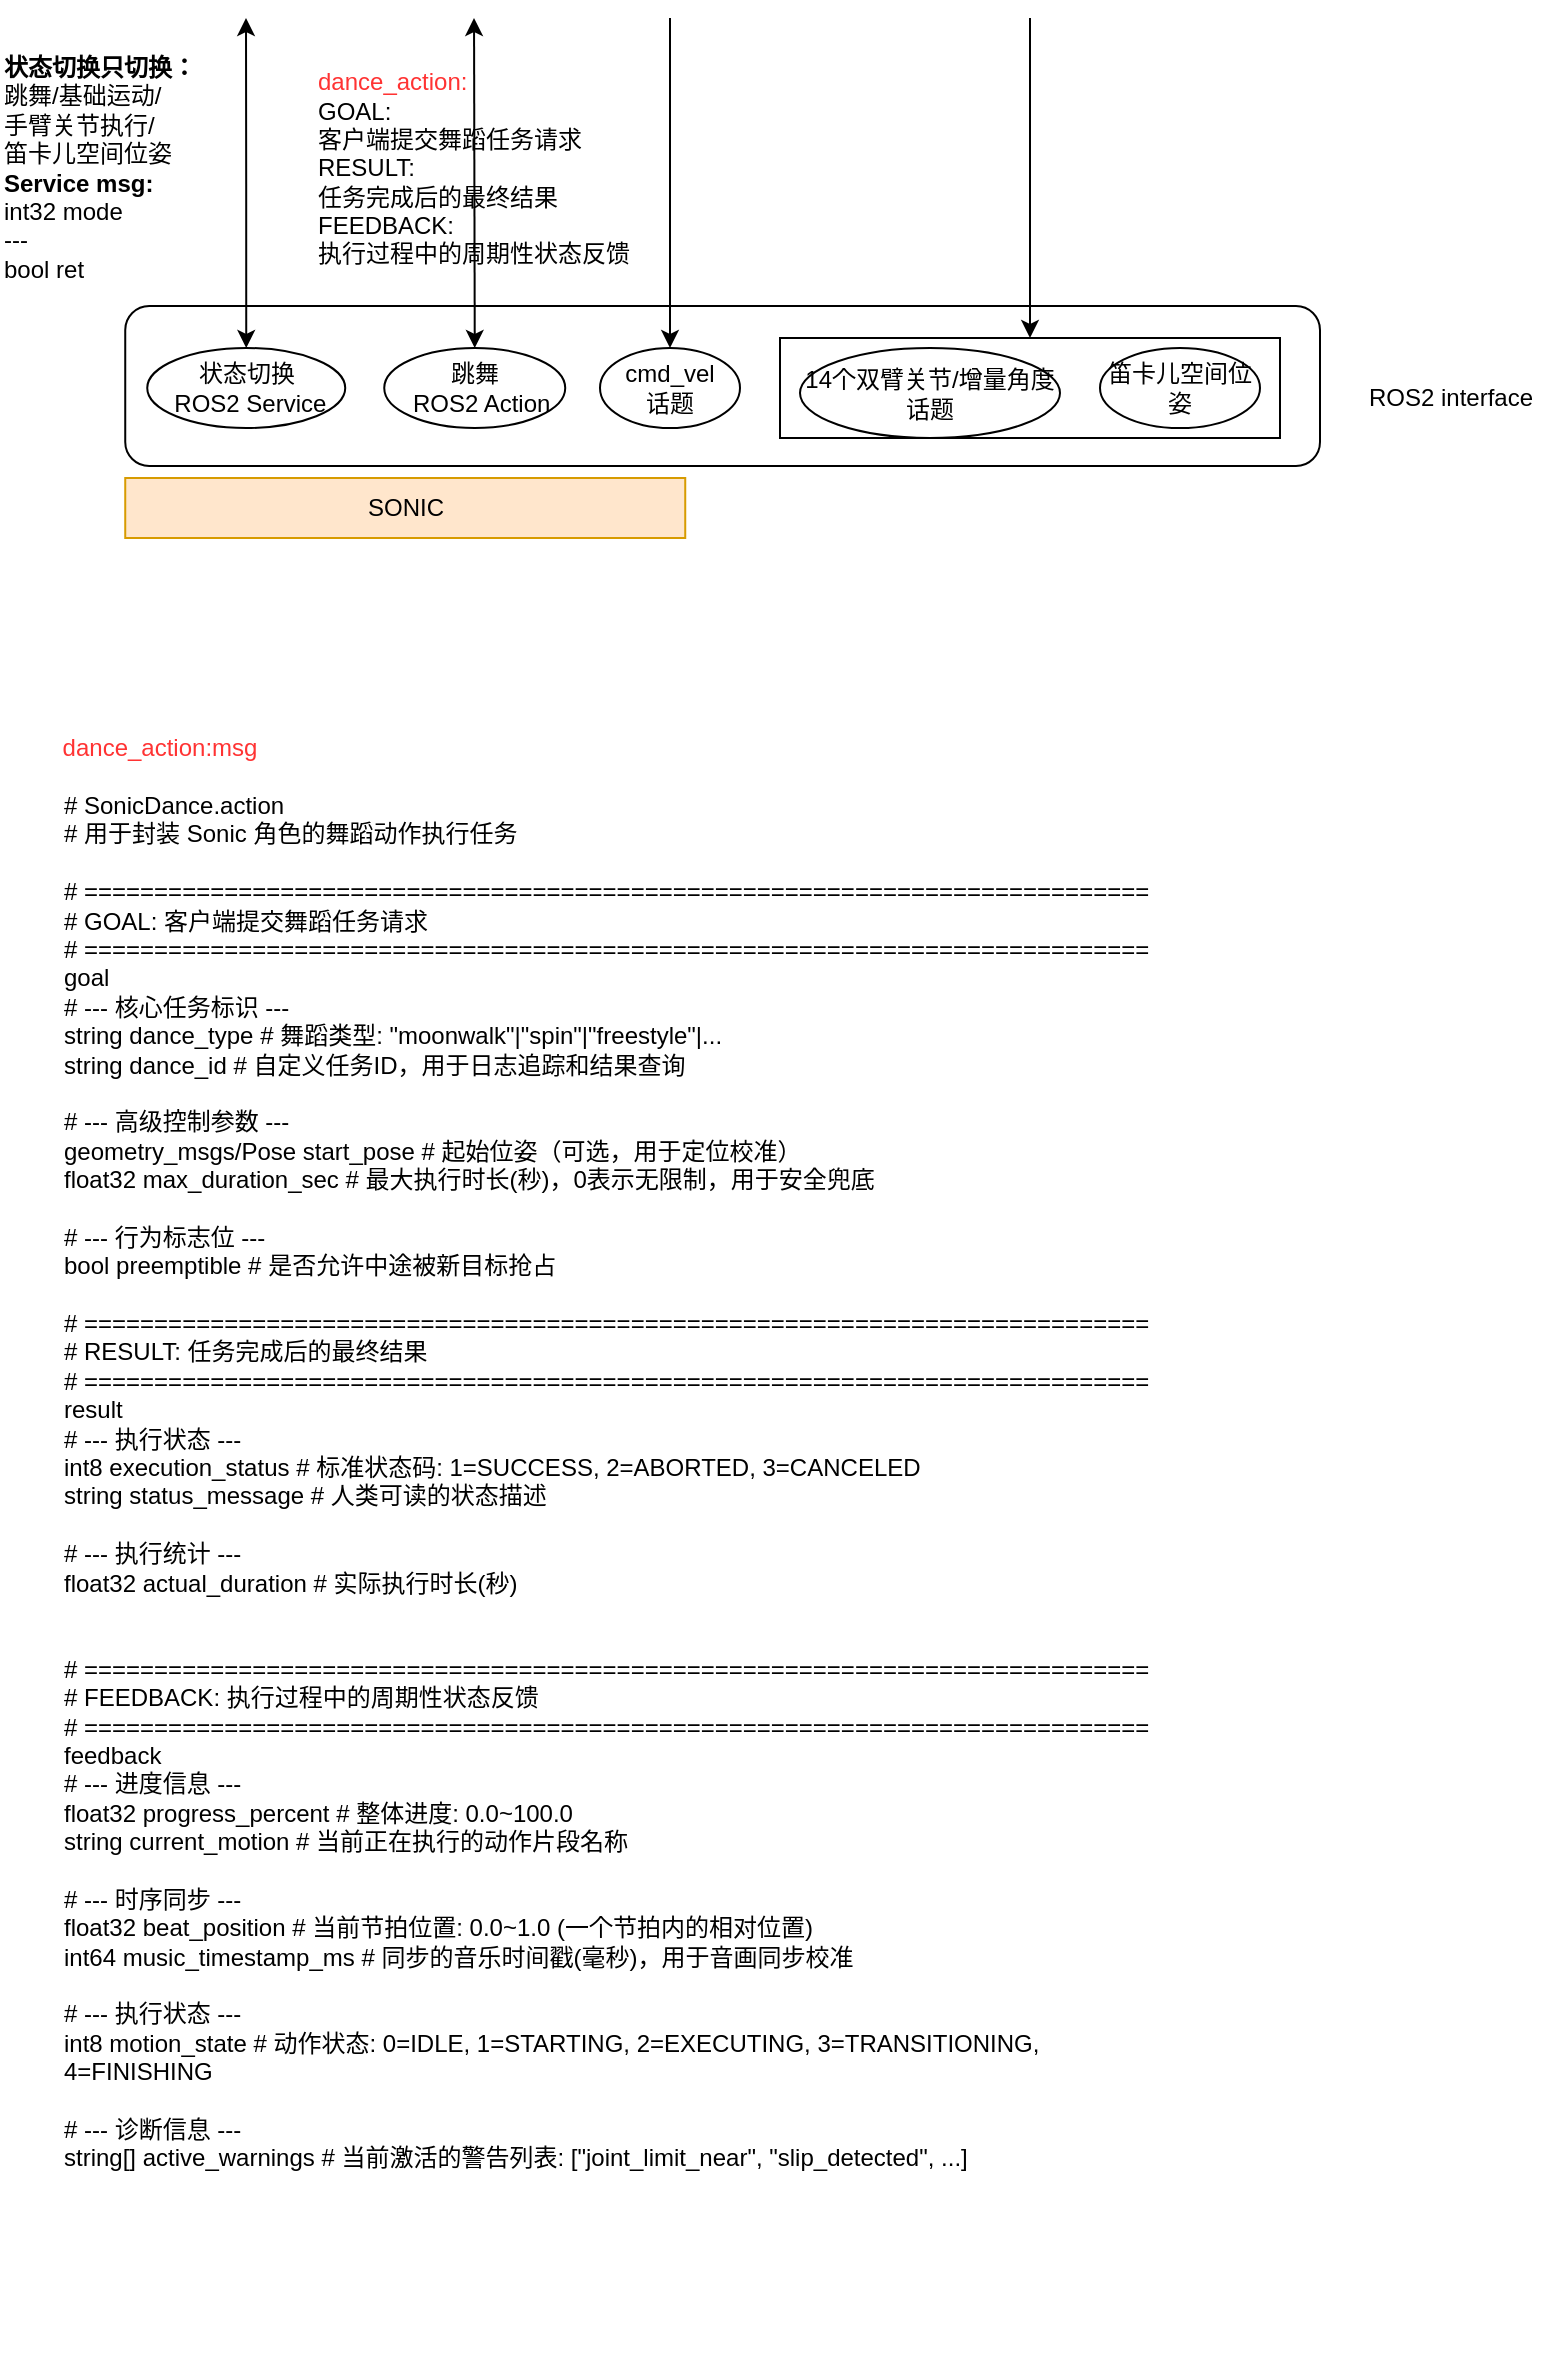
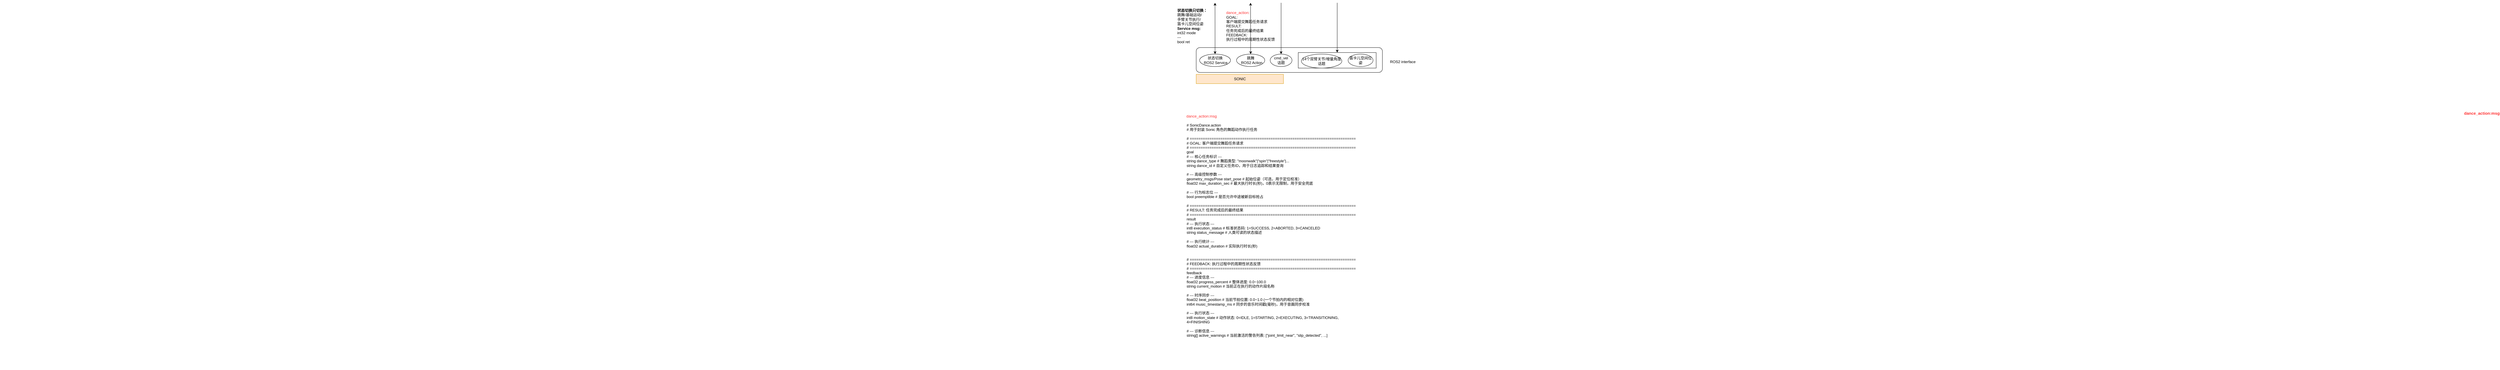
<mxfile host="app.diagrams.net">
  <diagram name="第 1 页" id="DzcLTyVgVoUWEzhdv1gV">
-     <mxGraphModel dx="975" dy="528" grid="1" gridSize="10" guides="1" tooltips="1" connect="1" arrows="1" fold="1" page="1" pageScale="1" pageWidth="1654" pageHeight="1169" math="0" shadow="0">
+     <mxGraphModel dx="4283" dy="528" grid="1" gridSize="10" guides="1" tooltips="1" connect="1" arrows="1" fold="1" page="1" pageScale="1" pageWidth="1654" pageHeight="1169" math="0" shadow="0">
      <root>
        <mxCell id="0" />
        <mxCell id="1" parent="0" />
        <mxCell id="3TUa6k41WnPCvsEETGqd-1" parent="1" style="rounded=0;whiteSpace=wrap;html=1;fillColor=#ffe6cc;strokeColor=#d79b00;" value="SONIC" vertex="1">
          <mxGeometry height="30" width="280" x="552.62" y="310" as="geometry" />
        </mxCell>
        <mxCell id="3TUa6k41WnPCvsEETGqd-2" parent="1" style="rounded=1;whiteSpace=wrap;html=1;" value="" vertex="1">
          <mxGeometry height="80" width="597.38" x="552.62" y="224" as="geometry" />
        </mxCell>
        <mxCell id="3TUa6k41WnPCvsEETGqd-3" parent="1" style="text;html=1;align=center;verticalAlign=middle;resizable=0;points=[];autosize=1;strokeColor=none;fillColor=none;" value="ROS2 interface" vertex="1">
          <mxGeometry height="30" width="110" x="1160" y="255" as="geometry" />
        </mxCell>
        <mxCell id="3TUa6k41WnPCvsEETGqd-4" edge="1" parent="1" source="3TUa6k41WnPCvsEETGqd-5" style="edgeStyle=orthogonalEdgeStyle;rounded=0;orthogonalLoop=1;jettySize=auto;html=1;exitX=0.5;exitY=0;exitDx=0;exitDy=0;startArrow=classic;startFill=1;">
          <mxGeometry relative="1" as="geometry">
            <mxPoint x="613" y="80" as="targetPoint" />
          </mxGeometry>
        </mxCell>
        <mxCell id="3TUa6k41WnPCvsEETGqd-5" parent="1" style="ellipse;whiteSpace=wrap;html=1;" value="状态切换&lt;br&gt;&amp;nbsp;ROS2 Service" vertex="1">
          <mxGeometry height="40" width="99" x="563.62" y="245" as="geometry" />
        </mxCell>
        <mxCell id="3TUa6k41WnPCvsEETGqd-6" edge="1" parent="1" source="3TUa6k41WnPCvsEETGqd-7" style="edgeStyle=orthogonalEdgeStyle;curved=1;rounded=0;orthogonalLoop=1;jettySize=auto;html=1;exitX=0.5;exitY=0;exitDx=0;exitDy=0;startArrow=classic;startFill=1;">
          <mxGeometry relative="1" as="geometry">
            <mxPoint x="727" y="80" as="targetPoint" />
          </mxGeometry>
        </mxCell>
        <mxCell id="3TUa6k41WnPCvsEETGqd-7" parent="1" style="ellipse;whiteSpace=wrap;html=1;" value="跳舞&lt;br&gt;&amp;nbsp; ROS2 Action" vertex="1">
          <mxGeometry height="40" width="90.5" x="682.12" y="245" as="geometry" />
        </mxCell>
        <mxCell id="3TUa6k41WnPCvsEETGqd-8" parent="1" style="text;html=1;align=left;verticalAlign=middle;resizable=0;points=[];autosize=1;strokeColor=none;fillColor=none;" value="&lt;font&gt;&lt;font style=&quot;color: rgb(0, 0, 0);&quot;&gt;&lt;b&gt;状态切换只切换：&lt;/b&gt;&lt;/font&gt;&lt;br&gt;&lt;font style=&quot;color: rgb(0, 0, 0);&quot;&gt;跳舞/基础运动/&lt;br&gt;手臂关节执行/&lt;br&gt;笛卡儿空间位姿&lt;/font&gt;&lt;br&gt;&lt;font style=&quot;color: rgb(0, 0, 0);&quot;&gt;&lt;b&gt;Service msg:&lt;/b&gt;&lt;/font&gt;&lt;/font&gt;&lt;br&gt;int32 mode&lt;div&gt;---&lt;/div&gt;&lt;div&gt;bool ret&lt;/div&gt;" vertex="1">
          <mxGeometry height="130" width="120" x="490" y="90" as="geometry" />
        </mxCell>
        <mxCell id="qzNTs-UY0wei0addMZY_-1" parent="1" style="text;html=1;whiteSpace=wrap;strokeColor=none;fillColor=none;align=left;verticalAlign=middle;rounded=0;" value="&lt;font style=&quot;color: rgb(255, 51, 51);&quot;&gt;&lt;span style=&quot;font-family: monospace; font-size: 0px; text-wrap: nowrap; color: rgba(0, 0, 0, 0);&quot;&gt;%3CmxGraphModel%3E%3Croot%3E%3CmxCell%20id%3D%220%22%2F%3E%3CmxCell%20id%3D%221%22%20parent%3D%220%22%2F%3E%3CmxCell%20id%3D%222%22%20parent%3D%221%22%20style%3D%22text%3Bhtml%3D1%3BwhiteSpace%3Dwrap%3BstrokeColor%3Dnone%3BfillColor%3Dnone%3Balign%3Dcenter%3BverticalAlign%3Dmiddle%3Brounded%3D0%3B%22%20value%3D%22Text%22%20vertex%3D%221%22%3E%3CmxGeometry%20height%3D%2230%22%20width%3D%2260%22%20x%3D%22510%22%20y%3D%22400%22%20as%3D%22geometry%22%2F%3E%3C%2FmxCell%3E%3C%2Froot%3E%3C%2FmxGraphModel%3E%3CmxGraphModel%3E%3Croot%3E%3CmxCell%20id%3D%220%22%2F%3E%3CmxCell%20id%3D%221%22%20parent%3D%220%22%2F%3E%3CmxCell%20id%3D%222%22%20parent%3D%221%22%20style%3D%22text%3Bhtml%3D1%3BwhiteSpace%3Dwrap%3BstrokeColor%3Dnone%3BfillColor%3Dnone%3Balign%3Dcenter%3BverticalAlign%3Dmiddle%3Brounded%3D0%3B%22%20value%3D%22Text%22%20vertex%3D%221%22%3E%3CmxGeometry%20height%3D%2230%22%20width%3D%2260%22%20x%3D%22510%22%20y%3D%22400%22%20as%3D%22geometry%22%2F%3E%3C%2FmxCell%3E%3C%2Froot%3E%3C%2FmxGraphModel%3E&lt;/span&gt;dance_action:&lt;/font&gt;&lt;br&gt;GOAL: &lt;br&gt;客户端提交舞蹈任务请求&lt;br&gt;RESULT: &lt;br&gt;任务完成后的最终结果&lt;br&gt;FEEDBACK: &lt;br&gt;执行过程中的周期性状态反馈" vertex="1">
          <mxGeometry height="70" width="160" x="647.37" y="120" as="geometry" />
        </mxCell>
        <UserObject label="# SonicDance.action&#xa;# 用于封装 Sonic 角色的舞蹈动作执行任务&#xa;&#xa;# ============================================================================&#xa;# GOAL: 客户端提交舞蹈任务请求&#xa;# ============================================================================&#xa;goal&#xa;  # --- 核心任务标识 ---&#xa;  string dance_type           # 舞蹈类型: &quot;moonwalk&quot;|&quot;spin&quot;|&quot;freestyle&quot;|...&#xa;  string dance_id             # 自定义任务ID，用于日志追踪和结果查询&#xa;    &#xa;  # --- 高级控制参数 ---&#xa;  geometry_msgs/Pose start_pose  # 起始位姿（可选，用于定位校准）&#xa;  float32 max_duration_sec    # 最大执行时长(秒)，0表示无限制，用于安全兜底&#xa;  &#xa;  # --- 行为标志位 ---&#xa;  bool preemptible            # 是否允许中途被新目标抢占&#xa;&#xa;# ============================================================================&#xa;# RESULT: 任务完成后的最终结果&#xa;# ============================================================================&#xa;result&#xa;  # --- 执行状态 ---&#xa;  int8 execution_status       # 标准状态码: 1=SUCCESS, 2=ABORTED, 3=CANCELED&#xa;  string status_message       # 人类可读的状态描述&#xa;  &#xa;  # --- 执行统计 ---&#xa;  float32 actual_duration     # 实际执行时长(秒)&#xa;&#xa;&#xa;# ============================================================================&#xa;# FEEDBACK: 执行过程中的周期性状态反馈&#xa;# ============================================================================&#xa;feedback&#xa;  # --- 进度信息 ---&#xa;  float32 progress_percent    # 整体进度: 0.0~100.0&#xa;  string current_motion       # 当前正在执行的动作片段名称&#xa;  &#xa;  # --- 时序同步 ---&#xa;  float32 beat_position       # 当前节拍位置: 0.0~1.0 (一个节拍内的相对位置)&#xa;  int64 music_timestamp_ms    # 同步的音乐时间戳(毫秒)，用于音画同步校准&#xa;  &#xa;  # --- 执行状态 ---&#xa;  int8 motion_state           # 动作状态: 0=IDLE, 1=STARTING, 2=EXECUTING, 3=TRANSITIONING, 4=FINISHING&#xa;  &#xa;  # --- 诊断信息 ---&#xa;  string[] active_warnings    # 当前激活的警告列表: [&quot;joint_limit_near&quot;, &quot;slip_detected&quot;, ...]" link="# SonicDance.action&#xa;# 用于封装 Sonic 角色的舞蹈动作执行任务&#xa;&#xa;# ============================================================================&#xa;# GOAL: 客户端提交舞蹈任务请求&#xa;# ============================================================================&#xa;goal&#xa;  # --- 核心任务标识 ---&#xa;  string dance_type           # 舞蹈类型: &quot;moonwalk&quot;|&quot;spin&quot;|&quot;freestyle&quot;|...&#xa;  string dance_id             # 自定义任务ID，用于日志追踪和结果查询&#xa;    &#xa;  # --- 高级控制参数 ---&#xa;  geometry_msgs/Pose start_pose  # 起始位姿（可选，用于定位校准）&#xa;  float32 max_duration_sec    # 最大执行时长(秒)，0表示无限制，用于安全兜底&#xa;  &#xa;  # --- 行为标志位 ---&#xa;  bool preemptible            # 是否允许中途被新目标抢占&#xa;&#xa;# ============================================================================&#xa;# RESULT: 任务完成后的最终结果&#xa;# ============================================================================&#xa;result&#xa;  # --- 执行状态 ---&#xa;  int8 execution_status       # 标准状态码: 1=SUCCESS, 2=ABORTED, 3=CANCELED&#xa;  string status_message       # 人类可读的状态描述&#xa;  &#xa;  # --- 执行统计 ---&#xa;  float32 actual_duration     # 实际执行时长(秒)&#xa;&#xa;&#xa;# ============================================================================&#xa;# FEEDBACK: 执行过程中的周期性状态反馈&#xa;# ============================================================================&#xa;feedback&#xa;  # --- 进度信息 ---&#xa;  float32 progress_percent    # 整体进度: 0.0~100.0&#xa;  string current_motion       # 当前正在执行的动作片段名称&#xa;  &#xa;  # --- 时序同步 ---&#xa;  float32 beat_position       # 当前节拍位置: 0.0~1.0 (一个节拍内的相对位置)&#xa;  int64 music_timestamp_ms    # 同步的音乐时间戳(毫秒)，用于音画同步校准&#xa;  &#xa;  # --- 执行状态 ---&#xa;  int8 motion_state           # 动作状态: 0=IDLE, 1=STARTING, 2=EXECUTING, 3=TRANSITIONING, 4=FINISHING&#xa;  &#xa;  # --- 诊断信息 ---&#xa;  string[] active_warnings    # 当前激活的警告列表: [&quot;joint_limit_near&quot;, &quot;slip_detected&quot;, ...]" id="qzNTs-UY0wei0addMZY_-2">
          <mxCell parent="1" style="text;whiteSpace=wrap;html=1;" vertex="1">
            <mxGeometry height="800" width="560" x="520" y="460" as="geometry" />
          </mxCell>
        </UserObject>
        <mxCell id="qzNTs-UY0wei0addMZY_-3" parent="1" style="text;html=1;whiteSpace=wrap;strokeColor=none;fillColor=none;align=center;verticalAlign=middle;rounded=0;" value="&lt;span style=&quot;text-align: left; text-wrap: nowrap; font-family: monospace; font-size: 0px; color: rgba(0, 0, 0, 0);&quot;&gt;%3CmxGraphModel%3E%3Croot%3E%3CmxCell%20id%3D%220%22%2F%3E%3CmxCell%20id%3D%221%22%20parent%3D%220%22%2F%3E%3CmxCell%20id%3D%222%22%20parent%3D%221%22%20style%3D%22text%3Bhtml%3D1%3BwhiteSpace%3Dwrap%3BstrokeColor%3Dnone%3BfillColor%3Dnone%3Balign%3Dcenter%3BverticalAlign%3Dmiddle%3Brounded%3D0%3B%22%20value%3D%22Text%22%20vertex%3D%221%22%3E%3CmxGeometry%20height%3D%2230%22%20width%3D%2260%22%20x%3D%22510%22%20y%3D%22400%22%20as%3D%22geometry%22%2F%3E%3C%2FmxCell%3E%3C%2Froot%3E%3C%2FmxGraphModel%3E%3CmxGraphModel%3E%3Croot%3E%3CmxCell%20id%3D%220%22%2F%3E%3CmxCell%20id%3D%221%22%20parent%3D%220%22%2F%3E%3CmxCell%20id%3D%222%22%20parent%3D%221%22%20style%3D%22text%3Bhtml%3D1%3BwhiteSpace%3Dwrap%3BstrokeColor%3Dnone%3BfillColor%3Dnone%3Balign%3Dcenter%3BverticalAlign%3Dmiddle%3Brounded%3D0%3B%22%20value%3D%22Text%22%20vertex%3D%221%22%3E%3CmxGeometry%20height%3D%2230%22%20width%3D%2260%22%20x%3D%22510%22%20y%3D%22400%22%20as%3D%22geometry%22%2F%3E%3C%2FmxCell%3E%3C%2Froot%3E%3C%2FmxGraphModel%3E&lt;/span&gt;&lt;span style=&quot;color: rgb(255, 51, 51); text-align: left;&quot;&gt;dance_action:msg&lt;/span&gt;" vertex="1">
          <mxGeometry height="30" width="100" x="520" y="430" as="geometry" />
        </mxCell>
        <mxCell id="qzNTs-UY0wei0addMZY_-8" edge="1" parent="1" source="qzNTs-UY0wei0addMZY_-4" style="edgeStyle=orthogonalEdgeStyle;rounded=0;orthogonalLoop=1;jettySize=auto;html=1;exitX=0.5;exitY=0;exitDx=0;exitDy=0;startArrow=classic;startFill=1;endArrow=none;endFill=0;">
          <mxGeometry relative="1" as="geometry">
            <mxPoint x="825" y="80" as="targetPoint" />
          </mxGeometry>
        </mxCell>
        <mxCell id="qzNTs-UY0wei0addMZY_-4" parent="1" style="ellipse;whiteSpace=wrap;html=1;" value="cmd_vel&lt;br&gt;话题" vertex="1">
          <mxGeometry height="40" width="70" x="790" y="245" as="geometry" />
        </mxCell>
        <mxCell id="qzNTs-UY0wei0addMZY_-13" edge="1" parent="1" source="qzNTs-UY0wei0addMZY_-11" style="edgeStyle=orthogonalEdgeStyle;rounded=0;orthogonalLoop=1;jettySize=auto;html=1;exitX=0.5;exitY=0;exitDx=0;exitDy=0;startArrow=classic;startFill=1;endArrow=none;endFill=0;">
          <mxGeometry relative="1" as="geometry">
            <mxPoint x="1005" y="80" as="targetPoint" />
          </mxGeometry>
        </mxCell>
        <mxCell id="qzNTs-UY0wei0addMZY_-11" parent="1" style="rounded=0;whiteSpace=wrap;html=1;" value="" vertex="1">
          <mxGeometry height="50" width="250" x="880" y="240" as="geometry" />
        </mxCell>
        <mxCell id="qzNTs-UY0wei0addMZY_-6" parent="1" style="ellipse;whiteSpace=wrap;html=1;" value="14个双臂关节/增量角度&lt;br&gt;话题" vertex="1">
          <mxGeometry height="45" width="130" x="890" y="245" as="geometry" />
        </mxCell>
        <mxCell id="qzNTs-UY0wei0addMZY_-7" parent="1" style="ellipse;whiteSpace=wrap;html=1;" value="笛卡儿空间位姿" vertex="1">
          <mxGeometry height="40" width="80" x="1040" y="245" as="geometry" />
        </mxCell>
+         <mxCell id="qzNTs-UY0wei0addMZY_-14" parent="1" style="text;html=1;whiteSpace=wrap;strokeColor=none;fillColor=none;align=center;verticalAlign=middle;rounded=0;fontStyle=1;fontSize=13;" value="&lt;span style=&quot;text-wrap: nowrap; text-align: left; font-family: monospace; color: rgba(0, 0, 0, 0);&quot;&gt;%3CmxGraphModel%3E%3Croot%3E%3CmxCell%20id%3D%220%22%2F%3E%3CmxCell%20id%3D%221%22%20parent%3D%220%22%2F%3E%3CmxCell%20id%3D%222%22%20parent%3D%221%22%20style%3D%22text%3Bhtml%3D1%3BwhiteSpace%3Dwrap%3BstrokeColor%3Dnone%3BfillColor%3Dnone%3Balign%3Dcenter%3BverticalAlign%3Dmiddle%3Brounded%3D0%3B%22%20value%3D%22Text%22%20vertex%3D%221%22%3E%3CmxGeometry%20height%3D%2230%22%20width%3D%2260%22%20x%3D%22510%22%20y%3D%22400%22%20as%3D%22geometry%22%2F%3E%3C%2FmxCell%3E%3C%2Froot%3E%3C%2FmxGraphModel%3E%3CmxGraphModel%3E%3Croot%3E%3CmxCell%20id%3D%220%22%2F%3E%3CmxCell%20id%3D%221%22%20parent%3D%220%22%2F%3E%3CmxCell%20id%3D%222%22%20parent%3D%221%22%20style%3D%22text%3Bhtml%3D1%3BwhiteSpace%3Dwrap%3BstrokeColor%3Dnone%3BfillColor%3Dnone%3Balign%3Dcenter%3BverticalAlign%3Dmiddle%3Brounded%3D0%3B%22%20value%3D%22Text%22%20vertex%3D%221%22%3E%3CmxGeometry%20height%3D%2230%22%20width%3D%2260%22%20x%3D%22510%22%20y%3D%22400%22%20as%3D%22geometry%22%2F%3E%3C%2FmxCell%3E%3C%2Froot%3E%3C%2FmxGraphModel%3E&lt;/span&gt;&lt;span style=&quot;color: rgb(255, 51, 51); text-align: left;&quot;&gt;dance_action:msg&lt;/span&gt;" vertex="1">
+           <mxGeometry height="30" width="130" x="660" y="420" as="geometry" />
+         </mxCell>
      </root>
    </mxGraphModel>
  </diagram>
</mxfile>
